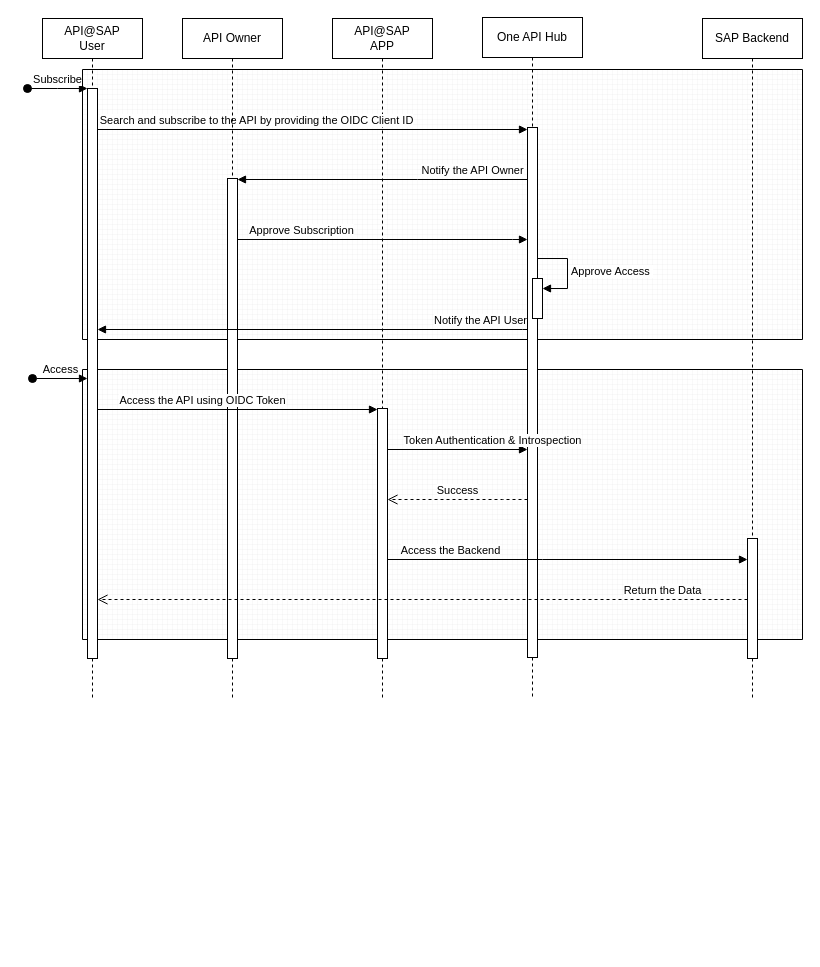
The draw.io diagram API@SAP OIDC User Flow.drawio in kameshbrao/ArchiModels, before the edit. Source tidied: cells renumbered, new cells numbered last; positions are measured from the earlier drawing's top-left corner, leaving out a move shared by most shapes. Both pictures are drawn from the tidied source at 100%, with x=0, y=0 at pixel (27, 17).
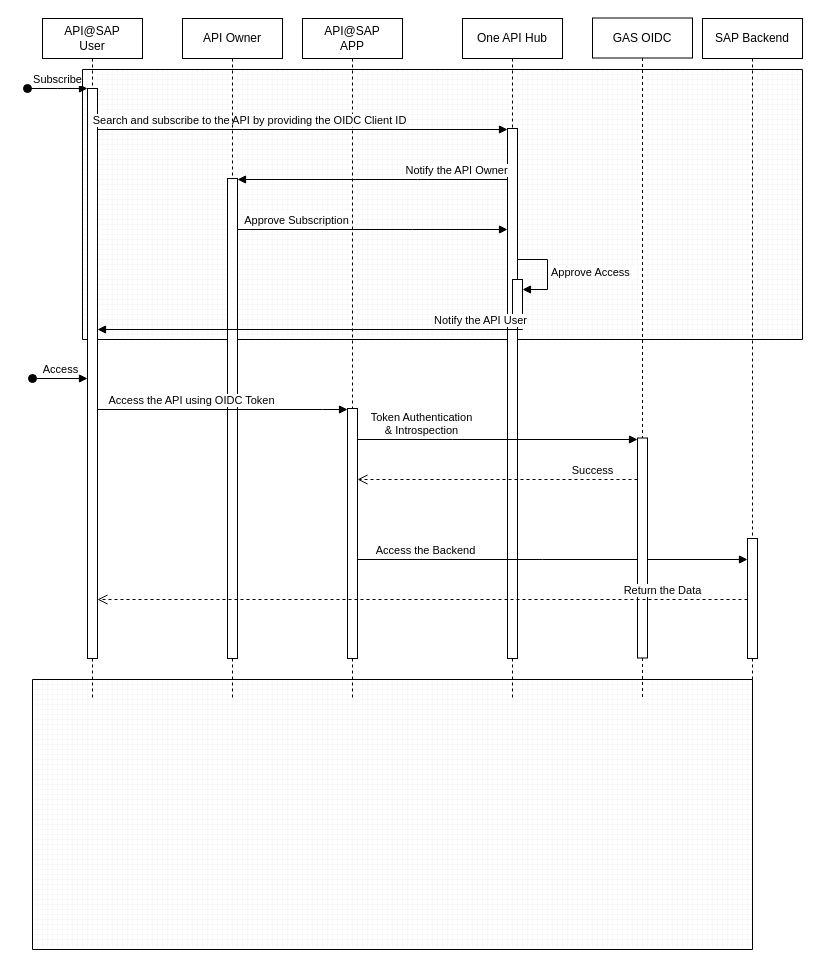
The same diagram, later.

The change refers to these unchanged cells:
```xml
<mxCell id="5" style="html=1;points=[];perimeter=orthogonalPerimeter;outlineConnect=0;targetShapes=umlLifeline;portConstraint=eastwest;newEdgeStyle={&quot;edgeStyle&quot;:&quot;elbowEdgeStyle&quot;,&quot;elbow&quot;:&quot;vertical&quot;,&quot;curved&quot;:0,&quot;rounded&quot;:0};" parent="4" vertex="1">
  <mxGeometry x="45" y="70" width="10" height="570" as="geometry" />
</mxCell>
<mxCell id="8" style="html=1;points=[];perimeter=orthogonalPerimeter;outlineConnect=0;targetShapes=umlLifeline;portConstraint=eastwest;newEdgeStyle={&quot;edgeStyle&quot;:&quot;elbowEdgeStyle&quot;,&quot;elbow&quot;:&quot;vertical&quot;,&quot;curved&quot;:0,&quot;rounded&quot;:0};" parent="7" vertex="1">
  <mxGeometry x="45" y="390" width="10" height="250" as="geometry" />
</mxCell>
<mxCell id="11" style="html=1;points=[];perimeter=orthogonalPerimeter;outlineConnect=0;targetShapes=umlLifeline;portConstraint=eastwest;newEdgeStyle={&quot;edgeStyle&quot;:&quot;elbowEdgeStyle&quot;,&quot;elbow&quot;:&quot;vertical&quot;,&quot;curved&quot;:0,&quot;rounded&quot;:0};" parent="10" vertex="1">
  <mxGeometry x="45" y="110" width="10" height="530" as="geometry" />
</mxCell>
<mxCell id="17" style="html=1;points=[];perimeter=orthogonalPerimeter;outlineConnect=0;targetShapes=umlLifeline;portConstraint=eastwest;newEdgeStyle={&quot;edgeStyle&quot;:&quot;elbowEdgeStyle&quot;,&quot;elbow&quot;:&quot;vertical&quot;,&quot;curved&quot;:0,&quot;rounded&quot;:0};" parent="16" vertex="1">
  <mxGeometry x="45" y="160" width="10" height="480" as="geometry" />
</mxCell>
```

What changed in the source:
```diff
@@
     <mxCell id="2" style="verticalLabelPosition=bottom;verticalAlign=top;html=1;shape=mxgraph.basic.patternFillRect;fillStyle=grid;step=5;fillStrokeWidth=0.2;fillStrokeColor=#dddddd;" parent="1" vertex="1">
-      <mxGeometry x="55" y="352" width="720" height="270" as="geometry" />
+      <mxGeometry x="5" y="662" width="720" height="270" as="geometry" />
     </mxCell>
@@
     <mxCell id="7" value="API@SAP&lt;br&gt;APP" style="shape=umlLifeline;perimeter=lifelinePerimeter;whiteSpace=wrap;html=1;newEdgeStyle={&quot;edgeStyle&quot;:&quot;elbowEdgeStyle&quot;,&quot;elbow&quot;:&quot;vertical&quot;,&quot;curved&quot;:0,&quot;rounded&quot;:0};" parent="1" vertex="1">
-      <mxGeometry x="305" y="1" width="100" height="681" as="geometry" />
+      <mxGeometry x="275" y="1" width="100" height="681" as="geometry" />
     </mxCell>
@@
     <mxCell id="10" value="One API Hub" style="shape=umlLifeline;perimeter=lifelinePerimeter;whiteSpace=wrap;html=1;newEdgeStyle={&quot;edgeStyle&quot;:&quot;elbowEdgeStyle&quot;,&quot;elbow&quot;:&quot;vertical&quot;,&quot;curved&quot;:0,&quot;rounded&quot;:0};" parent="1" vertex="1">
-      <mxGeometry x="455" width="100" height="681" as="geometry" />
+      <mxGeometry x="435" y="1" width="100" height="681" as="geometry" />
     </mxCell>
@@
     <mxCell id="19" value="Approve Subscription" style="html=1;verticalAlign=bottom;endArrow=block;edgeStyle=elbowEdgeStyle;elbow=vertical;curved=0;rounded=0;" parent="1" edge="1" source="17" target="11">
       <mxGeometry x="-0.56" relative="1" as="geometry">
         <Array as="points">
+          <mxPoint x="385" y="212" />
           <mxPoint x="485" y="222" />
           <mxPoint x="565" y="242" />
           <mxPoint x="310" y="232" />
         </Array>
       </mxGeometry>
     </mxCell>
@@
     <mxCell id="22" value="Access the API using OIDC Token" style="html=1;verticalAlign=bottom;endArrow=block;edgeStyle=elbowEdgeStyle;elbow=vertical;curved=0;rounded=0;" parent="1" edge="1" source="5" target="8">
       <mxGeometry x="-0.25" relative="1" as="geometry">
         <Array as="points">
-          <mxPoint x="345" y="392" />
+          <mxPoint x="295" y="392" />
+          <mxPoint x="315" y="422" />
           <mxPoint x="570" y="412" />
           <mxPoint x="160" y="387" />
         </Array>
       </mxGeometry>
     </mxCell>
-    <mxCell id="23" value="Token Authentication &amp;amp; Introspection" style="html=1;verticalAlign=bottom;endArrow=block;edgeStyle=elbowEdgeStyle;elbow=vertical;curved=0;rounded=0;" parent="1" edge="1" source="8" target="11">
-      <mxGeometry x="0.5" relative="1" as="geometry">
+    <mxCell id="23" value="Token Authentication &lt;br&gt;&amp;amp; Introspection" style="html=1;verticalAlign=bottom;endArrow=block;edgeStyle=elbowEdgeStyle;elbow=vertical;curved=0;rounded=0;" parent="1" edge="1" source="8" target="28">
+      <mxGeometry x="-0.54" relative="1" as="geometry">
         <Array as="points">
+          <mxPoint x="425" y="422" />
+          <mxPoint x="435" y="452" />
           <mxPoint x="455" y="432" />
           <mxPoint x="505" y="422" />
           <mxPoint x="565" y="442" />
           <mxPoint x="925" y="462" />
           <mxPoint x="515" y="437" />
         </Array>
       </mxGeometry>
     </mxCell>
-    <mxCell id="24" value="Success" style="html=1;verticalAlign=bottom;endArrow=open;dashed=1;endSize=8;edgeStyle=elbowEdgeStyle;elbow=vertical;curved=0;rounded=0;" parent="1" edge="1" source="11" target="8">
-      <mxGeometry relative="1" as="geometry">
+    <mxCell id="24" value="Success" style="html=1;verticalAlign=bottom;endArrow=open;dashed=1;endSize=8;edgeStyle=elbowEdgeStyle;elbow=vertical;curved=0;rounded=0;" parent="1" edge="1" source="28" target="8">
+      <mxGeometry x="-0.68" relative="1" as="geometry">
         <Array as="points">
+          <mxPoint x="545" y="462" />
+          <mxPoint x="425" y="452" />
           <mxPoint x="475" y="482" />
           <mxPoint x="505" y="462" />
         </Array>
       </mxGeometry>
     </mxCell>
@@
+    <mxCell id="27" value="GAS OIDC" style="shape=umlLifeline;perimeter=lifelinePerimeter;whiteSpace=wrap;html=1;newEdgeStyle={&quot;edgeStyle&quot;:&quot;elbowEdgeStyle&quot;,&quot;elbow&quot;:&quot;vertical&quot;,&quot;curved&quot;:0,&quot;rounded&quot;:0};" parent="1" vertex="1">
+      <mxGeometry x="565" y="0.5" width="100" height="681" as="geometry" />
+    </mxCell>
+    <mxCell id="28" style="html=1;points=[];perimeter=orthogonalPerimeter;outlineConnect=0;targetShapes=umlLifeline;portConstraint=eastwest;newEdgeStyle={&quot;edgeStyle&quot;:&quot;elbowEdgeStyle&quot;,&quot;elbow&quot;:&quot;vertical&quot;,&quot;curved&quot;:0,&quot;rounded&quot;:0};" parent="27" vertex="1">
+      <mxGeometry x="45" y="420" width="10" height="220" as="geometry" />
+    </mxCell>
```
